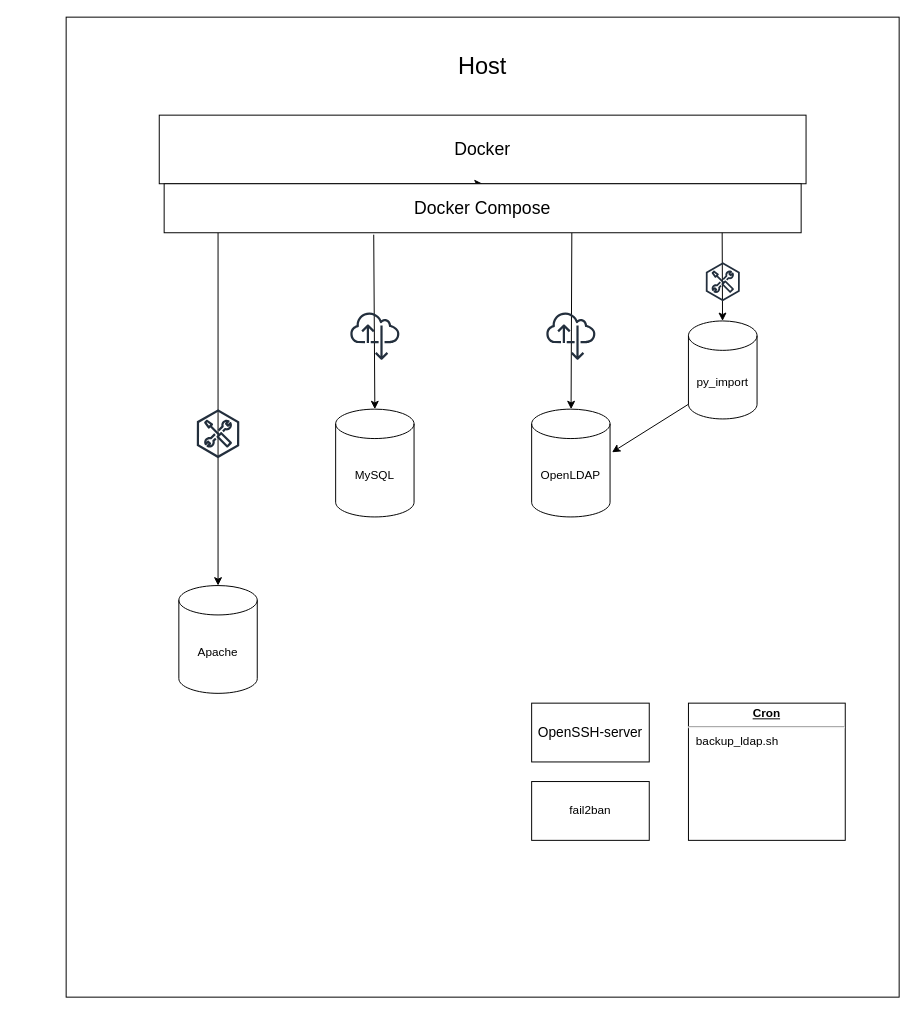
Earlier version of the draw.io diagram Flowcharts/service flowchart.drawio (mrmysko/Linux2-Grubbarbete). Source tidied: cells renumbered, new cells numbered last; positions are measured from the earlier drawing's top-left corner, leaving out a move shared by most shapes. Both pictures are drawn from the tidied source at 98%, with x=0, y=0 at pixel (66, 17).
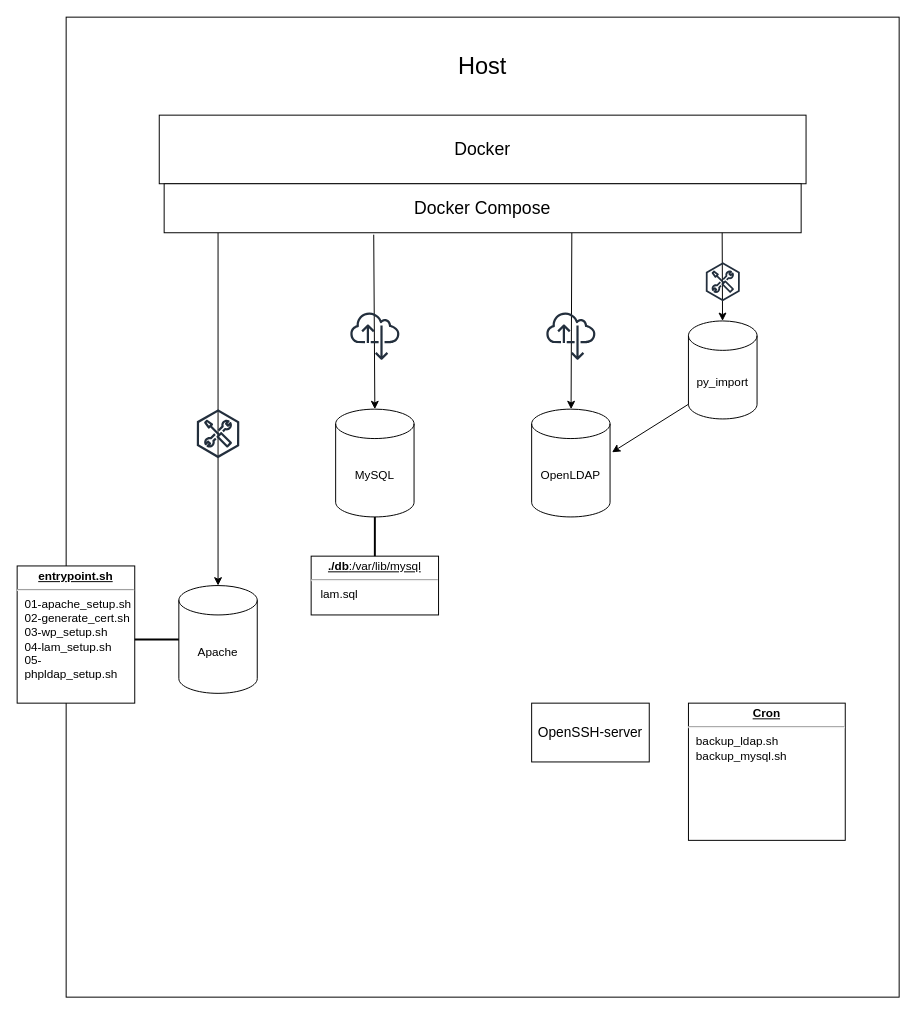
Above is the later version.

The change refers to these unchanged cells:
```xml
<mxCell id="3" value="&lt;div&gt;&lt;font style=&quot;font-size: 18px;&quot;&gt;Docker&lt;/font&gt;&lt;/div&gt;" style="rounded=0;whiteSpace=wrap;html=1;" parent="1" vertex="1">
  <mxGeometry x="95" y="100" width="660" height="70" as="geometry" />
</mxCell>
<mxCell id="18" value="&lt;font style=&quot;font-size: 18px;&quot;&gt;Docker Compose&lt;br&gt;&lt;/font&gt;" style="rounded=0;whiteSpace=wrap;html=1;" parent="1" vertex="1">
  <mxGeometry x="100" y="170" width="650" height="50" as="geometry" />
</mxCell>
```

Change to the diagram source:
```diff
@@
-    <mxCell id="6" value="Apache" style="shape=cylinder3;whiteSpace=wrap;html=1;boundedLbl=1;backgroundOutline=1;size=15;" parent="1" vertex="1">
-      <mxGeometry x="115" y="580" width="80" height="110" as="geometry" />
-    </mxCell>
@@
-    <mxCell id="17" style="endArrow=classic;html=1;rounded=0;entryX=0.5;entryY=0;entryDx=0;entryDy=0;entryPerimeter=0;exitX=0.094;exitY=1.014;exitDx=0;exitDy=0;exitPerimeter=0;" parent="1" edge="1" source="3" target="18">
-      <mxGeometry relative="1" as="geometry" />
-    </mxCell>
@@
-    <mxCell id="19" value="&lt;p style=&quot;margin:0px;margin-top:4px;text-align:center;text-decoration:underline;&quot;&gt;&lt;b&gt;Cron&lt;/b&gt;&lt;br&gt;&lt;/p&gt;&lt;hr&gt;&lt;p style=&quot;margin:0px;margin-left:8px;&quot;&gt;backup_ldap.sh&lt;br&gt;&lt;/p&gt;" style="verticalAlign=top;align=left;overflow=fill;fontSize=12;fontFamily=Helvetica;html=1;whiteSpace=wrap;" parent="1" vertex="1">
+    <mxCell id="19" value="&lt;p style=&quot;margin:0px;margin-top:4px;text-align:center;text-decoration:underline;&quot;&gt;&lt;b&gt;Cron&lt;/b&gt;&lt;br&gt;&lt;/p&gt;&lt;hr&gt;&lt;p style=&quot;margin:0px;margin-left:8px;&quot;&gt;backup_ldap.sh&lt;/p&gt;&lt;p style=&quot;margin:0px;margin-left:8px;&quot;&gt;backup_mysql.sh&lt;br&gt;&lt;/p&gt;" style="verticalAlign=top;align=left;overflow=fill;fontSize=12;fontFamily=Helvetica;html=1;whiteSpace=wrap;" parent="1" vertex="1">
       <mxGeometry x="635" y="700" width="160" height="140" as="geometry" />
     </mxCell>
@@
-    <mxCell id="22" value="fail2ban" style="rounded=0;whiteSpace=wrap;html=1;" parent="1" vertex="1">
-      <mxGeometry x="475" y="780" width="120" height="60" as="geometry" />
-    </mxCell>
+    <mxCell id="23" value="&lt;p style=&quot;margin:0px;margin-top:4px;text-align:center;text-decoration:underline;&quot;&gt;&lt;b&gt;entrypoint.sh&lt;/b&gt;&lt;br&gt;&lt;/p&gt;&lt;hr&gt;&lt;p style=&quot;margin:0px;margin-left:8px;&quot;&gt;01-apache_setup.sh&lt;/p&gt;&lt;p style=&quot;margin:0px;margin-left:8px;&quot;&gt;02-generate_cert.sh&lt;/p&gt;&lt;p style=&quot;margin:0px;margin-left:8px;&quot;&gt;03-wp_setup.sh&lt;/p&gt;&lt;p style=&quot;margin:0px;margin-left:8px;&quot;&gt;04-lam_setup.sh&lt;/p&gt;&lt;p style=&quot;margin:0px;margin-left:8px;&quot;&gt;05-phpldap_setup.sh&lt;br&gt;&lt;/p&gt;" style="verticalAlign=top;align=left;overflow=fill;fontSize=12;fontFamily=Helvetica;html=1;whiteSpace=wrap;" parent="1" vertex="1">
+      <mxGeometry x="-50" y="560" width="120" height="140" as="geometry" />
+    </mxCell>
+    <mxCell id="24" value="&lt;p style=&quot;margin:0px;margin-top:4px;text-align:center;text-decoration:underline;&quot;&gt;&lt;b&gt;./db&lt;/b&gt;:/var/lib/mysql&lt;br&gt;&lt;/p&gt;&lt;hr&gt;&lt;div&gt;&amp;nbsp;&amp;nbsp; lam.sql&lt;/div&gt;" style="verticalAlign=top;align=left;overflow=fill;fontSize=12;fontFamily=Helvetica;html=1;whiteSpace=wrap;" parent="1" vertex="1">
+      <mxGeometry x="250" y="550" width="130" height="60" as="geometry" />
+    </mxCell>
+    <mxCell id="25" style="line;strokeWidth=2;html=1;" parent="1" vertex="1">
+      <mxGeometry x="70" y="630" width="50" height="10" as="geometry" />
+    </mxCell>
+    <mxCell id="6" value="Apache" style="shape=cylinder3;whiteSpace=wrap;html=1;boundedLbl=1;backgroundOutline=1;size=15;" parent="1" vertex="1">
+      <mxGeometry x="115" y="580" width="80" height="110" as="geometry" />
+    </mxCell>
+    <mxCell id="26" style="line;strokeWidth=2;direction=south;html=1;" parent="1" vertex="1">
+      <mxGeometry x="310" y="510" width="10" height="40" as="geometry" />
+    </mxCell>
```
